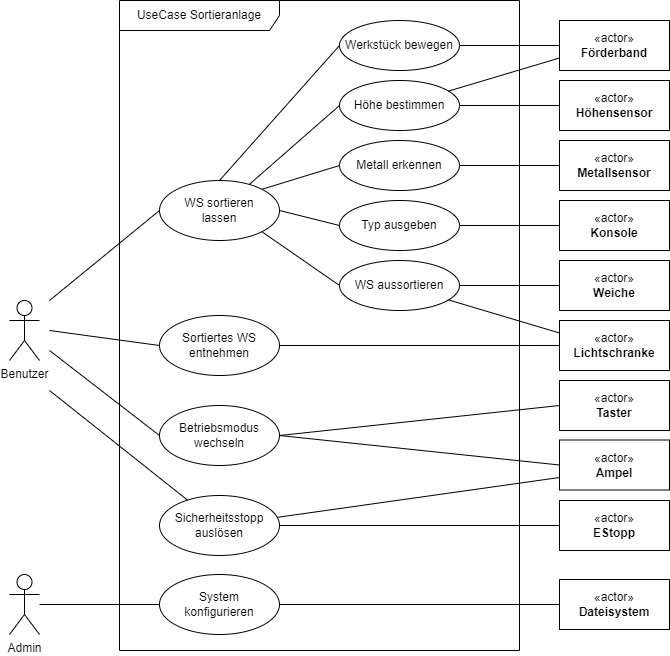
Before: docs/diagrams/system/UseCase_Sortieren.drawio.png, a diagram exported from draw.io (u2knwy/ESEP-2023SoSe-Team-2-1). Source tidied: cells renumbered, new cells last; positions are measured from the earlier drawing's top-left corner, leaving out a move shared by most shapes. Source of this version:
```xml
<mxGraphModel>
  <root>
    <mxCell id="0" />
    <mxCell id="1" parent="0" />
    <mxCell id="2" value="Benutzer" style="shape=umlActor;verticalLabelPosition=bottom;verticalAlign=top;html=1;" parent="1" vertex="1">
      <mxGeometry y="300" width="30" height="60" as="geometry" />
    </mxCell>
    <mxCell id="3" value="WS sortieren&lt;br&gt;lassen" style="ellipse;whiteSpace=wrap;html=1;" parent="1" vertex="1">
      <mxGeometry x="150" y="180" width="120" height="60" as="geometry" />
    </mxCell>
    <mxCell id="4" style="edgeStyle=orthogonalEdgeStyle;rounded=0;jettySize=auto;html=1;exitX=1;exitY=0.5;exitDx=0;exitDy=0;entryX=0;entryY=0.5;entryDx=0;entryDy=0;endArrow=none;endFill=0;" parent="1" edge="1" source="5" target="27">
      <mxGeometry relative="1" as="geometry" />
    </mxCell>
    <mxCell id="5" value="Sortiertes WS&lt;br&gt;entnehmen" style="ellipse;whiteSpace=wrap;html=1;" parent="1" vertex="1">
      <mxGeometry x="150" y="315" width="120" height="60" as="geometry" />
    </mxCell>
    <mxCell id="6" style="endArrow=none;html=1;rounded=0;entryX=0;entryY=0.5;entryDx=0;entryDy=0;" parent="1" edge="1" target="3">
      <mxGeometry relative="1" as="geometry">
        <mxPoint x="40" y="300" as="sourcePoint" />
      </mxGeometry>
    </mxCell>
    <mxCell id="7" style="endArrow=none;html=1;rounded=0;entryX=0;entryY=0.5;entryDx=0;entryDy=0;" parent="1" edge="1" target="5">
      <mxGeometry relative="1" as="geometry">
        <mxPoint x="40" y="330" as="sourcePoint" />
      </mxGeometry>
    </mxCell>
    <mxCell id="8" style="edgeStyle=orthogonalEdgeStyle;rounded=0;jettySize=auto;html=1;exitX=1;exitY=0.5;exitDx=0;exitDy=0;entryX=0;entryY=0.5;entryDx=0;entryDy=0;endArrow=none;endFill=0;" parent="1" edge="1" source="9" target="26">
      <mxGeometry relative="1" as="geometry" />
    </mxCell>
    <mxCell id="9" value="Höhe bestimmen" style="ellipse;whiteSpace=wrap;html=1;" parent="1" vertex="1">
      <mxGeometry x="330" y="80" width="120" height="50" as="geometry" />
    </mxCell>
    <mxCell id="10" value="Typ ausgeben" style="ellipse;whiteSpace=wrap;html=1;" parent="1" vertex="1">
      <mxGeometry x="330" y="200" width="120" height="50" as="geometry" />
    </mxCell>
    <mxCell id="11" value="WS aussortieren" style="ellipse;whiteSpace=wrap;html=1;" parent="1" vertex="1">
      <mxGeometry x="330" y="260" width="120" height="50" as="geometry" />
    </mxCell>
    <mxCell id="12" value="Betriebsmodus&lt;br&gt;wechseln" style="ellipse;whiteSpace=wrap;html=1;" parent="1" vertex="1">
      <mxGeometry x="150" y="405" width="120" height="60" as="geometry" />
    </mxCell>
    <mxCell id="13" style="endArrow=none;html=1;rounded=0;entryX=0;entryY=0.5;entryDx=0;entryDy=0;" parent="1" edge="1" target="12">
      <mxGeometry relative="1" as="geometry">
        <mxPoint x="40" y="350" as="sourcePoint" />
      </mxGeometry>
    </mxCell>
    <mxCell id="14" style="endArrow=none;html=1;rounded=0;entryX=1;entryY=0.5;entryDx=0;entryDy=0;exitX=0;exitY=0.5;exitDx=0;exitDy=0;" parent="1" edge="1" source="10" target="3">
      <mxGeometry relative="1" as="geometry" />
    </mxCell>
    <mxCell id="15" value="UseCase Sortieranlage" style="shape=umlFrame;whiteSpace=wrap;html=1;width=160;height=30;" parent="1" vertex="1">
      <mxGeometry x="110" width="400" height="650" as="geometry" />
    </mxCell>
    <mxCell id="16" value="«actor»&lt;br&gt;&lt;b&gt;Weiche&lt;/b&gt;" style="html=1;whiteSpace=wrap;" parent="1" vertex="1">
      <mxGeometry x="550" y="260" width="110" height="50" as="geometry" />
    </mxCell>
    <mxCell id="17" value="«actor»&lt;br&gt;&lt;b&gt;Konsole&lt;/b&gt;" style="html=1;whiteSpace=wrap;" parent="1" vertex="1">
      <mxGeometry x="550" y="200" width="110" height="50" as="geometry" />
    </mxCell>
    <mxCell id="18" style="endArrow=none;html=1;rounded=0;entryX=0;entryY=0.5;entryDx=0;entryDy=0;exitX=1;exitY=0;exitDx=0;exitDy=0;" parent="1" edge="1" source="3" target="22">
      <mxGeometry relative="1" as="geometry" />
    </mxCell>
    <mxCell id="19" style="endArrow=none;html=1;rounded=0;entryX=1;entryY=0.5;entryDx=0;entryDy=0;exitX=0;exitY=0.5;exitDx=0;exitDy=0;" parent="1" edge="1" source="17" target="10">
      <mxGeometry relative="1" as="geometry" />
    </mxCell>
    <mxCell id="20" style="endArrow=none;html=1;rounded=0;entryX=1;entryY=0.5;entryDx=0;entryDy=0;exitX=0;exitY=0.5;exitDx=0;exitDy=0;" parent="1" edge="1" source="16" target="11">
      <mxGeometry relative="1" as="geometry" />
    </mxCell>
    <mxCell id="21" style="edgeStyle=orthogonalEdgeStyle;rounded=0;jettySize=auto;html=1;exitX=1;exitY=0.5;exitDx=0;exitDy=0;entryX=0;entryY=0.5;entryDx=0;entryDy=0;endArrow=none;endFill=0;" parent="1" edge="1" source="22" target="25">
      <mxGeometry relative="1" as="geometry" />
    </mxCell>
    <mxCell id="22" value="Metall erkennen" style="ellipse;whiteSpace=wrap;html=1;" parent="1" vertex="1">
      <mxGeometry x="330" y="140" width="120" height="50" as="geometry" />
    </mxCell>
    <mxCell id="23" style="endArrow=none;html=1;rounded=0;entryX=0;entryY=0.5;entryDx=0;entryDy=0;" parent="1" edge="1" source="3" target="9">
      <mxGeometry relative="1" as="geometry" />
    </mxCell>
    <mxCell id="24" style="endArrow=none;html=1;rounded=0;entryX=1;entryY=1;entryDx=0;entryDy=0;exitX=0;exitY=0.5;exitDx=0;exitDy=0;" parent="1" edge="1" source="11" target="3">
      <mxGeometry relative="1" as="geometry" />
    </mxCell>
    <mxCell id="25" value="«actor»&lt;br&gt;&lt;b&gt;Metallsensor&lt;/b&gt;" style="html=1;whiteSpace=wrap;" parent="1" vertex="1">
      <mxGeometry x="550" y="140" width="110" height="50" as="geometry" />
    </mxCell>
    <mxCell id="26" value="«actor»&lt;br&gt;&lt;b&gt;Höhensensor&lt;/b&gt;" style="html=1;whiteSpace=wrap;" parent="1" vertex="1">
      <mxGeometry x="550" y="80" width="110" height="50" as="geometry" />
    </mxCell>
    <mxCell id="27" value="«actor»&lt;br&gt;&lt;b&gt;Lichtschranke&lt;/b&gt;" style="html=1;whiteSpace=wrap;" parent="1" vertex="1">
      <mxGeometry x="550" y="320" width="110" height="50" as="geometry" />
    </mxCell>
    <mxCell id="28" value="«actor»&lt;br&gt;&lt;b&gt;Ampel&lt;/b&gt;" style="html=1;whiteSpace=wrap;" parent="1" vertex="1">
      <mxGeometry x="550" y="439.5" width="110" height="50" as="geometry" />
    </mxCell>
    <mxCell id="29" value="«actor»&lt;br&gt;&lt;b&gt;Taster&lt;/b&gt;" style="html=1;whiteSpace=wrap;" parent="1" vertex="1">
      <mxGeometry x="550" y="380" width="110" height="50" as="geometry" />
    </mxCell>
    <mxCell id="30" style="endArrow=none;html=1;rounded=0;exitX=1;exitY=0.5;exitDx=0;exitDy=0;entryX=0;entryY=0.5;entryDx=0;entryDy=0;" parent="1" edge="1" source="12" target="28">
      <mxGeometry relative="1" as="geometry" />
    </mxCell>
    <mxCell id="31" style="endArrow=none;html=1;rounded=0;exitX=1;exitY=0.5;exitDx=0;exitDy=0;entryX=0;entryY=0.5;entryDx=0;entryDy=0;" parent="1" edge="1" source="12" target="29">
      <mxGeometry relative="1" as="geometry" />
    </mxCell>
    <mxCell id="32" style="edgeStyle=orthogonalEdgeStyle;rounded=0;jettySize=auto;html=1;exitX=1;exitY=0.5;exitDx=0;exitDy=0;entryX=0;entryY=0.5;entryDx=0;entryDy=0;endArrow=none;endFill=0;" parent="1" edge="1" source="33" target="34">
      <mxGeometry relative="1" as="geometry" />
    </mxCell>
    <mxCell id="33" value="Werkstück bewegen" style="ellipse;whiteSpace=wrap;html=1;" parent="1" vertex="1">
      <mxGeometry x="330" y="20" width="120" height="50" as="geometry" />
    </mxCell>
    <mxCell id="34" value="«actor»&lt;br&gt;&lt;b&gt;Förderband&lt;/b&gt;" style="html=1;whiteSpace=wrap;" parent="1" vertex="1">
      <mxGeometry x="550" y="20" width="110" height="50" as="geometry" />
    </mxCell>
    <mxCell id="35" style="endArrow=none;html=1;rounded=0;entryX=0;entryY=0.5;entryDx=0;entryDy=0;exitX=0.5;exitY=0;exitDx=0;exitDy=0;" parent="1" edge="1" source="3" target="33">
      <mxGeometry relative="1" as="geometry" />
    </mxCell>
    <mxCell id="36" style="endArrow=none;html=1;rounded=0;entryX=0;entryY=0.75;entryDx=0;entryDy=0;" parent="1" edge="1" source="9" target="34">
      <mxGeometry relative="1" as="geometry" />
    </mxCell>
    <mxCell id="37" value="Admin" style="shape=umlActor;verticalLabelPosition=bottom;verticalAlign=top;html=1;outlineConnect=0;" parent="1" vertex="1">
      <mxGeometry y="574" width="30" height="60" as="geometry" />
    </mxCell>
    <mxCell id="38" value="System&lt;br&gt;konfigurieren" style="ellipse;whiteSpace=wrap;html=1;" parent="1" vertex="1">
      <mxGeometry x="150" y="574" width="120" height="60" as="geometry" />
    </mxCell>
    <mxCell id="39" value="«actor»&lt;br&gt;&lt;b&gt;Dateisystem&lt;/b&gt;" style="html=1;whiteSpace=wrap;" parent="1" vertex="1">
      <mxGeometry x="550" y="579" width="110" height="50" as="geometry" />
    </mxCell>
    <mxCell id="40" style="edgeStyle=orthogonalEdgeStyle;rounded=0;jettySize=auto;html=1;exitX=1;exitY=0.5;exitDx=0;exitDy=0;entryX=0;entryY=0.5;entryDx=0;entryDy=0;endArrow=none;endFill=0;" parent="1" edge="1" source="38" target="39">
      <mxGeometry relative="1" as="geometry" />
    </mxCell>
    <mxCell id="41" style="endArrow=none;html=1;rounded=0;" parent="1" edge="1" source="37" target="38">
      <mxGeometry relative="1" as="geometry" />
    </mxCell>
    <mxCell id="42" style="endArrow=none;html=1;rounded=0;entryX=0;entryY=0.25;entryDx=0;entryDy=0;" parent="1" edge="1" source="11" target="27">
      <mxGeometry relative="1" as="geometry" />
    </mxCell>
    <mxCell id="43" style="edgeStyle=orthogonalEdgeStyle;rounded=0;jettySize=auto;html=1;exitX=1;exitY=0.5;exitDx=0;exitDy=0;entryX=0;entryY=0.5;entryDx=0;entryDy=0;endArrow=none;endFill=0;" parent="1" edge="1" source="44" target="45">
      <mxGeometry relative="1" as="geometry" />
    </mxCell>
    <mxCell id="44" value="Sicherheitsstopp&lt;br&gt;auslösen" style="ellipse;whiteSpace=wrap;html=1;" parent="1" vertex="1">
      <mxGeometry x="150" y="495" width="120" height="60" as="geometry" />
    </mxCell>
    <mxCell id="45" value="«actor»&lt;br&gt;&lt;b&gt;EStopp&lt;/b&gt;" style="html=1;whiteSpace=wrap;" parent="1" vertex="1">
      <mxGeometry x="550" y="500" width="110" height="50" as="geometry" />
    </mxCell>
    <mxCell id="46" style="endArrow=none;html=1;rounded=0;" parent="1" edge="1" target="44">
      <mxGeometry relative="1" as="geometry">
        <mxPoint x="40" y="390" as="sourcePoint" />
      </mxGeometry>
    </mxCell>
    <mxCell id="47" style="endArrow=none;html=1;rounded=0;entryX=0;entryY=0.75;entryDx=0;entryDy=0;" parent="1" edge="1" source="44" target="28">
      <mxGeometry relative="1" as="geometry" />
    </mxCell>
  </root>
</mxGraphModel>
```
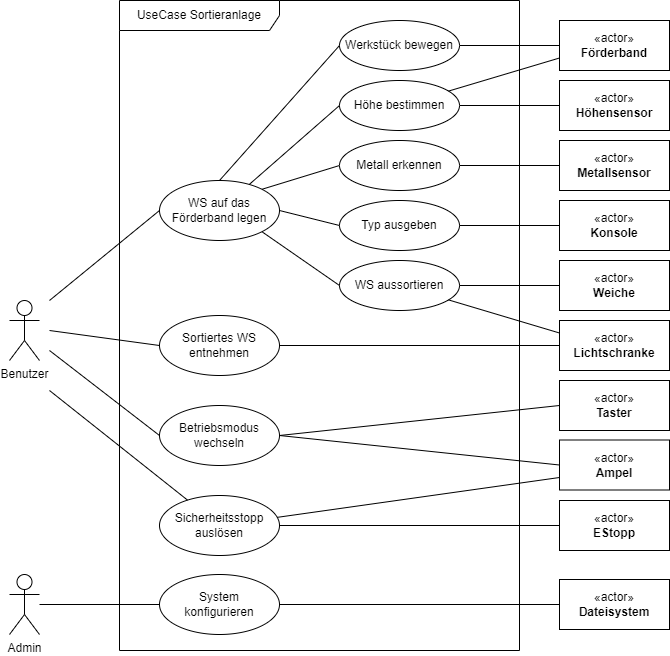
After the change.

Commit message:
Update UseCase diagram

Diff of the diagram source:
```diff
@@ -5,7 +5,7 @@
     <mxCell id="2" value="Benutzer" style="shape=umlActor;verticalLabelPosition=bottom;verticalAlign=top;html=1;" parent="1" vertex="1">
       <mxGeometry y="300" width="30" height="60" as="geometry" />
     </mxCell>
-    <mxCell id="3" value="WS sortieren&lt;br&gt;lassen" style="ellipse;whiteSpace=wrap;html=1;" parent="1" vertex="1">
+    <mxCell id="3" value="WS auf das&lt;br&gt;Förderband legen" style="ellipse;whiteSpace=wrap;html=1;" parent="1" vertex="1">
       <mxGeometry x="150" y="180" width="120" height="60" as="geometry" />
     </mxCell>
     <mxCell id="4" style="edgeStyle=orthogonalEdgeStyle;rounded=0;jettySize=auto;html=1;exitX=1;exitY=0.5;exitDx=0;exitDy=0;entryX=0;entryY=0.5;entryDx=0;entryDy=0;endArrow=none;endFill=0;" parent="1" edge="1" source="5" target="27">
```
